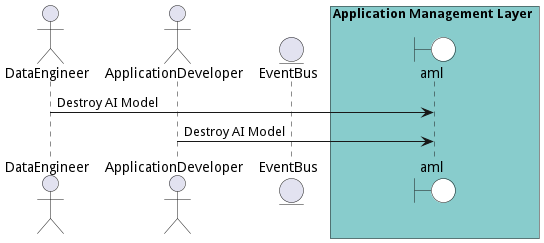
This is docs/edgemere/aml/usecases/ManageAIModels/DestroyAIModel.png from madajaju/edgemere, a PlantUML export, as it was before one commit. Its diagram source:
```plantuml
@startuml

actor "DataEngineer"

actor "ApplicationDeveloper"


entity EventBus

box Application Management Layer #88cccc
    boundary aml #white
end box



"DataEngineer" -> aml: Destroy AI Model


"ApplicationDeveloper" -> aml: Destroy AI Model



@enduml
```
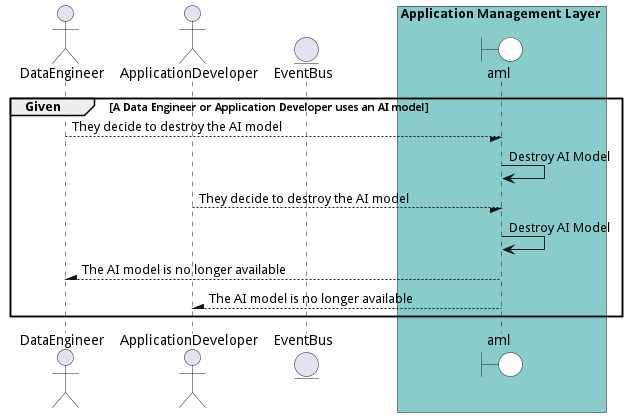
After the change.

What changed in the source:
```diff
@@ -1,4 +1,5 @@
 @startuml
+
 
 actor "DataEngineer"
 
@@ -12,12 +13,22 @@
 end box
 
 
+group Given [A Data Engineer or Application Developer uses an AI model]
 
-"DataEngineer" -> aml: Destroy AI Model
+"DataEngineer" --/ aml: They decide to destroy the AI model
+"aml" -> aml: Destroy AI Model
 
 
-"ApplicationDeveloper" -> aml: Destroy AI Model
+"ApplicationDeveloper" --/ aml: They decide to destroy the AI model
+"aml" -> aml: Destroy AI Model
 
 
 
+"DataEngineer" /-- aml: The AI model is no longer available
+
+"ApplicationDeveloper" /-- aml: The AI model is no longer available
+
+
+end
+
 @enduml
```
